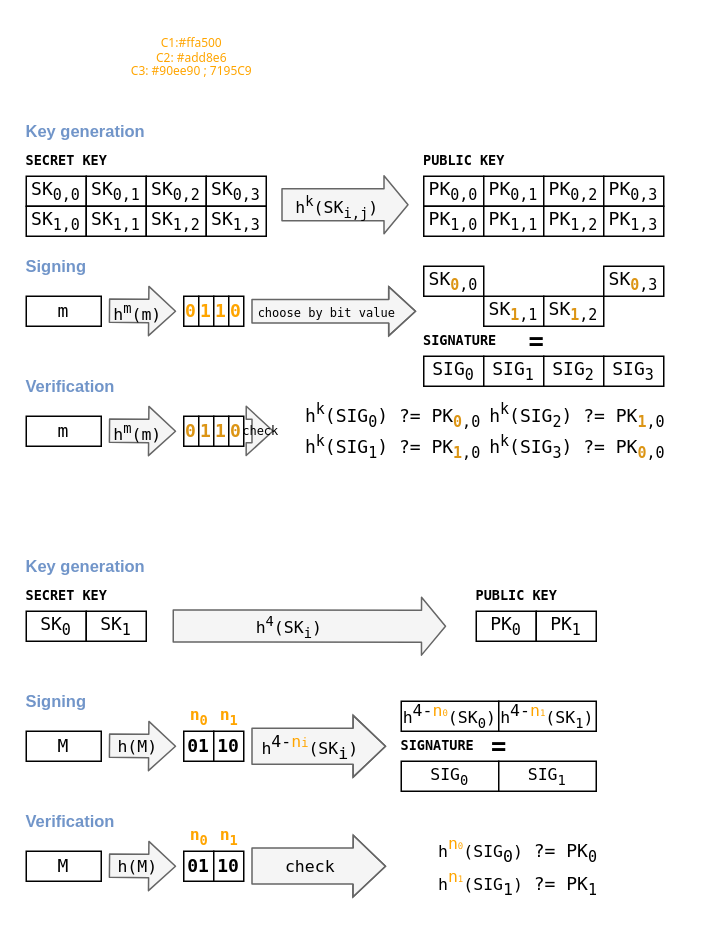
Above: page "dignatures" (3 of 3) of design/design.drawio in FrankMejzlik/audibro (draw.io), before the change. Source tidied: cells renumbered, new cells numbered last; positions are measured from the earlier drawing's top-left corner, leaving out a move shared by most shapes. Both pictures are drawn from the tidied source at 150%, with x=0, y=0 at pixel (26, 26).
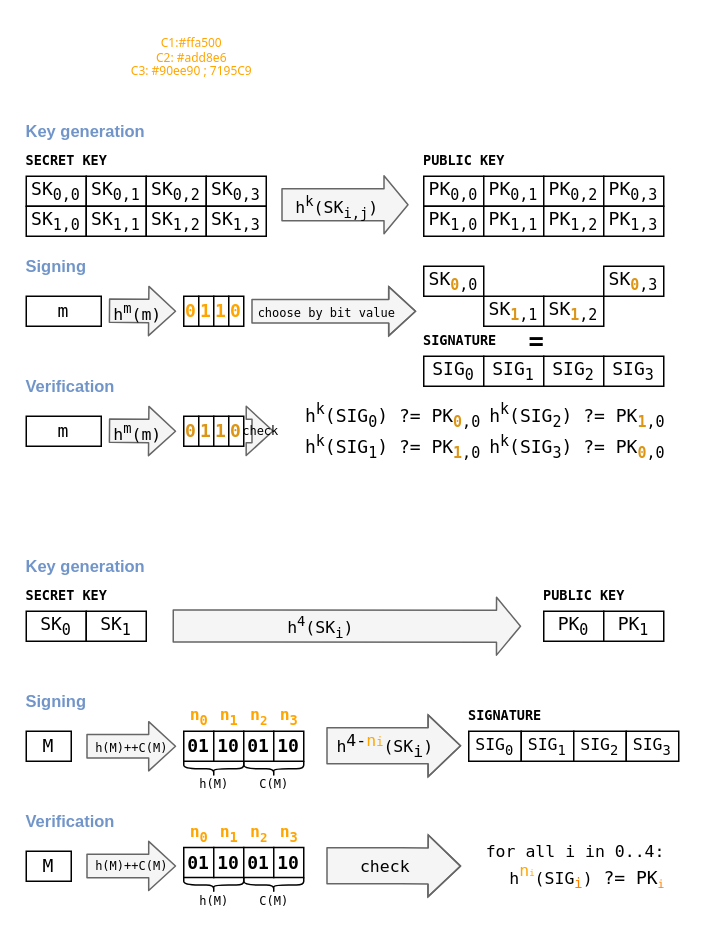
The same diagram, later.

Diff of the diagram source:
```diff
@@
     <mxCell id="60" value="PK&lt;sub&gt;0&lt;/sub&gt;" style="rounded=0;whiteSpace=wrap;html=1;fontFamily=Lucida Console;" parent="1" vertex="1">
-      <mxGeometry x="300" y="390" width="40" height="20" as="geometry" />
+      <mxGeometry x="345" y="390" width="40" height="20" as="geometry" />
     </mxCell>
     <mxCell id="61" value="PK&lt;sub&gt;1&lt;/sub&gt;" style="rounded=0;whiteSpace=wrap;html=1;fontFamily=Lucida Console;" parent="1" vertex="1">
-      <mxGeometry x="340" y="390" width="40" height="20" as="geometry" />
+      <mxGeometry x="385" y="390" width="40" height="20" as="geometry" />
     </mxCell>
@@
     <mxCell id="63" value="&lt;b&gt;PUBLIC KEY&lt;/b&gt;" style="text;html=1;align=left;verticalAlign=middle;fontSize=9;fontFamily=Lucida Console;spacing=0;" parent="1" vertex="1">
-      <mxGeometry x="300" y="370" width="70" height="20" as="geometry" />
+      <mxGeometry x="345" y="370" width="70" height="20" as="geometry" />
     </mxCell>
@@
-    <mxCell id="65" value="&lt;font color=&quot;#000000&quot; style=&quot;font-size: 11px&quot;&gt;h&lt;/font&gt;&lt;sup style=&quot;color: rgb(220 , 149 , 21)&quot;&gt;&lt;span style=&quot;font-size: 11px&quot;&gt;&lt;font color=&quot;#000000&quot;&gt;4-&lt;/font&gt;&lt;font color=&quot;#ffa500&quot;&gt;n&lt;/font&gt;&lt;/span&gt;&lt;font color=&quot;#ffa500&quot; style=&quot;font-size: 6px&quot;&gt;0&lt;/font&gt;&lt;/sup&gt;&lt;font color=&quot;#000000&quot; style=&quot;font-size: 11px&quot;&gt;(SK&lt;sub&gt;0&lt;/sub&gt;&lt;/font&gt;&lt;font color=&quot;#000000&quot; style=&quot;font-size: 11px&quot;&gt;)&lt;/font&gt;" style="rounded=0;whiteSpace=wrap;html=1;fontFamily=Lucida Console;" parent="1" vertex="1">
-      <mxGeometry x="250" y="450" width="65" height="20" as="geometry" />
-    </mxCell>
@@
     <mxCell id="67" value="&lt;b&gt;SIGNATURE&lt;/b&gt;" style="text;html=1;align=left;verticalAlign=middle;fontSize=9;fontFamily=Lucida Console;spacing=0;" parent="1" vertex="1">
-      <mxGeometry x="250" y="470" width="70" height="20" as="geometry" />
+      <mxGeometry x="295" y="450" width="70" height="20" as="geometry" />
     </mxCell>
@@
     <mxCell id="69" style="shape=flexArrow;endArrow=classic;html=1;fontFamily=Lucida Console;fontSize=11;endWidth=16.22222222222222;endSize=5;width=21.333333333333332;fillColor=#f5f5f5;strokeColor=#666666;" parent="1" edge="1">
       <mxGeometry relative="1" as="geometry">
         <mxPoint x="97.5" y="399.8" as="sourcePoint" />
-        <mxPoint x="280" y="400" as="targetPoint" />
+        <mxPoint x="330" y="400" as="targetPoint" />
       </mxGeometry>
     </mxCell>
@@
     <mxCell id="72" value="M" style="rounded=0;whiteSpace=wrap;html=1;fontFamily=Lucida Console;" parent="1" vertex="1">
-      <mxGeometry y="470" width="50" height="20" as="geometry" />
+      <mxGeometry y="470" width="30" height="20" as="geometry" />
     </mxCell>
     <mxCell id="73" style="shape=flexArrow;endArrow=classic;html=1;fontFamily=Lucida Console;fontSize=11;endWidth=16.22222222222222;endSize=5.6240000000000006;width=15.6;fillColor=#f5f5f5;strokeColor=#666666;" parent="1" edge="1">
       <mxGeometry relative="1" as="geometry">
-        <mxPoint x="55" y="479.6" as="sourcePoint" />
+        <mxPoint x="40" y="480" as="sourcePoint" />
         <mxPoint x="100" y="480" as="targetPoint" />
       </mxGeometry>
     </mxCell>
-    <mxCell id="74" value="&lt;font color=&quot;#000000&quot;&gt;h(M)&lt;/font&gt;" style="edgeLabel;html=1;align=center;verticalAlign=middle;fontSize=11;fontFamily=Lucida Console;fontColor=#DC9515;labelBackgroundColor=none;" parent="73" vertex="1">
-      <mxGeometry x="-0.16" relative="1" as="geometry" />
+    <mxCell id="74" value="&lt;font color=&quot;#000000&quot; style=&quot;font-size: 8px;&quot;&gt;h(M)++C(M)&lt;/font&gt;" style="edgeLabel;html=1;align=center;verticalAlign=middle;fontSize=8;fontFamily=Lucida Console;fontColor=#DC9515;labelBackgroundColor=none;" parent="73" vertex="1">
+      <mxGeometry x="-0.16" relative="1" as="geometry">
+        <mxPoint x="4.7" as="offset" />
+      </mxGeometry>
     </mxCell>
     <mxCell id="75" style="shape=flexArrow;endArrow=classic;html=1;fontFamily=Lucida Console;fontSize=11;endWidth=16.22222222222222;endSize=6.868;width=24;fillColor=#f5f5f5;strokeColor=#666666;labelBackgroundColor=none;" parent="1" edge="1">
       <mxGeometry relative="1" as="geometry">
-        <mxPoint x="150" y="480" as="sourcePoint" />
-        <mxPoint x="240" y="480" as="targetPoint" />
+        <mxPoint x="200" y="479.7" as="sourcePoint" />
+        <mxPoint x="290" y="479.7" as="targetPoint" />
         <Array as="points">
-          <mxPoint x="200" y="480" />
+          <mxPoint x="250" y="479.7" />
         </Array>
       </mxGeometry>
     </mxCell>
@@
-    <mxCell id="77" value="=" style="text;html=1;align=center;verticalAlign=middle;fontSize=17;fontFamily=Lucida Console;fontStyle=1;" parent="1" vertex="1">
-      <mxGeometry x="300" y="465" width="30" height="30" as="geometry" />
-    </mxCell>
     <mxCell id="78" value="M" style="rounded=0;whiteSpace=wrap;html=1;fontFamily=Lucida Console;" parent="1" vertex="1">
-      <mxGeometry y="550" width="50" height="20" as="geometry" />
+      <mxGeometry y="550" width="30" height="20" as="geometry" />
     </mxCell>
-    <mxCell id="79" style="shape=flexArrow;endArrow=classic;html=1;fontFamily=Lucida Console;fontSize=11;endWidth=16.22222222222222;endSize=5.6240000000000006;width=15.6;fillColor=#f5f5f5;strokeColor=#666666;" parent="1" edge="1">
-      <mxGeometry relative="1" as="geometry">
-        <mxPoint x="55" y="559.6" as="sourcePoint" />
-        <mxPoint x="100" y="560" as="targetPoint" />
-      </mxGeometry>
-    </mxCell>
-    <mxCell id="80" value="&lt;font color=&quot;#000000&quot;&gt;h(M)&lt;/font&gt;" style="edgeLabel;html=1;align=center;verticalAlign=middle;fontSize=11;fontFamily=Lucida Console;fontColor=#DC9515;labelBackgroundColor=none;" parent="79" vertex="1">
-      <mxGeometry x="-0.16" relative="1" as="geometry" />
-    </mxCell>
-    <mxCell id="81" value="&lt;font color=&quot;#000000&quot; style=&quot;font-size: 11px ; text-align: center&quot;&gt;h&lt;/font&gt;&lt;sup style=&quot;color: rgb(220 , 149 , 21) ; text-align: center&quot;&gt;&lt;span style=&quot;font-size: 11px&quot;&gt;&lt;font color=&quot;#ffa500&quot;&gt;n&lt;/font&gt;&lt;/span&gt;&lt;font color=&quot;#ffa500&quot; style=&quot;font-size: 6px&quot;&gt;0&lt;/font&gt;&lt;/sup&gt;&lt;font color=&quot;#000000&quot; style=&quot;font-size: 11px ; text-align: center&quot;&gt;(SIG&lt;/font&gt;&lt;sub style=&quot;text-align: center ; font-size: 11px&quot;&gt;0&lt;/sub&gt;&lt;font color=&quot;#000000&quot; style=&quot;font-size: 11px ; text-align: center&quot;&gt;)&lt;/font&gt;&amp;nbsp;?= PK&lt;sub&gt;0&lt;br&gt;&lt;/sub&gt;&lt;font color=&quot;#000000&quot; style=&quot;font-size: 11px ; text-align: center&quot;&gt;h&lt;/font&gt;&lt;sup style=&quot;color: rgb(220 , 149 , 21) ; text-align: center&quot;&gt;&lt;span style=&quot;font-size: 11px&quot;&gt;&lt;font color=&quot;#ffa500&quot;&gt;n&lt;/font&gt;&lt;/span&gt;&lt;font color=&quot;#ffa500&quot; style=&quot;font-size: 6px&quot;&gt;1&lt;/font&gt;&lt;/sup&gt;&lt;font color=&quot;#000000&quot; style=&quot;font-size: 11px ; text-align: center&quot;&gt;(SIG&lt;/font&gt;&lt;sub style=&quot;text-align: center ; font-size: 11px&quot;&gt;1&lt;/sub&gt;&lt;font color=&quot;#000000&quot; style=&quot;font-size: 11px ; text-align: center&quot;&gt;)&lt;/font&gt;&amp;nbsp;?= PK&lt;sub&gt;1&lt;/sub&gt;&lt;sub&gt;&lt;br&gt;&lt;/sub&gt;" style="text;html=1;align=right;verticalAlign=middle;fontFamily=Lucida Console;spacing=0;" parent="1" vertex="1">
-      <mxGeometry x="260" y="535" width="120" height="50" as="geometry" />
+    <mxCell id="81" value="&lt;font color=&quot;#000000&quot; style=&quot;font-size: 11px ; text-align: center&quot;&gt;for all i in 0..4:&lt;br&gt;h&lt;/font&gt;&lt;sup style=&quot;color: rgb(220 , 149 , 21) ; text-align: center&quot;&gt;&lt;span style=&quot;font-size: 11px&quot;&gt;&lt;font color=&quot;#ffa500&quot;&gt;n&lt;/font&gt;&lt;/span&gt;&lt;font color=&quot;#ffa500&quot; style=&quot;font-size: 6px&quot;&gt;i&lt;/font&gt;&lt;/sup&gt;&lt;font style=&quot;font-size: 11px ; text-align: center&quot;&gt;(SIG&lt;sub&gt;&lt;font color=&quot;#ff8000&quot;&gt;i&lt;/font&gt;&lt;/sub&gt;&lt;/font&gt;&lt;font color=&quot;#000000&quot; style=&quot;font-size: 11px ; text-align: center&quot;&gt;)&lt;/font&gt;&amp;nbsp;?= PK&lt;span style=&quot;color: rgb(255 , 128 , 0) ; font-size: 9.16667px ; text-align: center&quot;&gt;&lt;sub&gt;i&lt;/sub&gt;&lt;/span&gt;&lt;sub&gt;&lt;br&gt;&lt;/sub&gt;" style="text;html=1;align=right;verticalAlign=middle;fontFamily=Lucida Console;spacing=0;" parent="1" vertex="1">
+      <mxGeometry x="295" y="540" width="130" height="40" as="geometry" />
     </mxCell>
@@
-    <mxCell id="84" value="&lt;font color=&quot;#000000&quot; style=&quot;font-size: 11px&quot;&gt;h&lt;/font&gt;&lt;sup style=&quot;color: rgb(220 , 149 , 21)&quot;&gt;&lt;span style=&quot;font-size: 11px&quot;&gt;&lt;font color=&quot;#000000&quot;&gt;4-&lt;/font&gt;&lt;font color=&quot;#ffa500&quot;&gt;n&lt;/font&gt;&lt;/span&gt;&lt;font color=&quot;#ffa500&quot; style=&quot;font-size: 6px&quot;&gt;1&lt;/font&gt;&lt;/sup&gt;&lt;font color=&quot;#000000&quot; style=&quot;font-size: 11px&quot;&gt;(SK&lt;sub&gt;1&lt;/sub&gt;&lt;/font&gt;&lt;font color=&quot;#000000&quot; style=&quot;font-size: 11px&quot;&gt;)&lt;/font&gt;" style="rounded=0;whiteSpace=wrap;html=1;fontFamily=Lucida Console;" parent="1" vertex="1">
-      <mxGeometry x="315" y="450" width="65" height="20" as="geometry" />
-    </mxCell>
     <mxCell id="85" value="&lt;span style=&quot;font-size: 11px&quot;&gt;SIG&lt;sub&gt;0&lt;/sub&gt;&lt;/span&gt;" style="rounded=0;whiteSpace=wrap;html=1;fontFamily=Lucida Console;" parent="1" vertex="1">
-      <mxGeometry x="250" y="490" width="65" height="20" as="geometry" />
+      <mxGeometry x="295" y="470" width="35" height="20" as="geometry" />
     </mxCell>
-    <mxCell id="86" value="&lt;span style=&quot;font-size: 11px&quot;&gt;SIG&lt;sub&gt;1&lt;/sub&gt;&lt;/span&gt;" style="rounded=0;whiteSpace=wrap;html=1;fontFamily=Lucida Console;" parent="1" vertex="1">
-      <mxGeometry x="315" y="490" width="65" height="20" as="geometry" />
-    </mxCell>
-    <mxCell id="87" value="01" style="rounded=0;whiteSpace=wrap;html=1;fontFamily=Lucida Console;fontStyle=1;" parent="1" vertex="1">
-      <mxGeometry x="105" y="550" width="20" height="20" as="geometry" />
-    </mxCell>
-    <mxCell id="88" value="10" style="rounded=0;whiteSpace=wrap;html=1;fontFamily=Lucida Console;fontStyle=1;" parent="1" vertex="1">
-      <mxGeometry x="125" y="550" width="20" height="20" as="geometry" />
-    </mxCell>
-    <mxCell id="89" value="&lt;font&gt;n&lt;sub&gt;0&lt;/sub&gt;&lt;/font&gt;" style="text;html=1;align=center;verticalAlign=middle;fontSize=11;fontFamily=Lucida Console;fontStyle=1;fontColor=#FFA500;" parent="1" vertex="1">
-      <mxGeometry x="100" y="530" width="30" height="20" as="geometry" />
-    </mxCell>
-    <mxCell id="90" value="&lt;font&gt;n&lt;sub&gt;1&lt;/sub&gt;&lt;/font&gt;" style="text;html=1;align=center;verticalAlign=middle;fontSize=11;fontFamily=Lucida Console;fontStyle=1;fontColor=#FFA500;" parent="1" vertex="1">
-      <mxGeometry x="120" y="530" width="30" height="20" as="geometry" />
-    </mxCell>
     <mxCell id="91" style="shape=flexArrow;endArrow=classic;html=1;fontFamily=Lucida Console;fontSize=11;endWidth=16.22222222222222;endSize=6.868;width=24;fillColor=#f5f5f5;strokeColor=#666666;" parent="1" edge="1">
       <mxGeometry relative="1" as="geometry">
-        <mxPoint x="150" y="559.8" as="sourcePoint" />
-        <mxPoint x="240" y="560" as="targetPoint" />
+        <mxPoint x="200" y="559.7" as="sourcePoint" />
+        <mxPoint x="290" y="559.9" as="targetPoint" />
         <Array as="points">
-          <mxPoint x="200" y="559.8" />
+          <mxPoint x="250" y="559.7" />
         </Array>
       </mxGeometry>
     </mxCell>
@@
+    <mxCell id="93" value="01" style="rounded=0;whiteSpace=wrap;html=1;fontFamily=Lucida Console;fontStyle=1;" parent="1" vertex="1">
+      <mxGeometry x="145" y="470" width="20" height="20" as="geometry" />
+    </mxCell>
+    <mxCell id="94" value="10" style="rounded=0;whiteSpace=wrap;html=1;fontFamily=Lucida Console;fontStyle=1;" parent="1" vertex="1">
+      <mxGeometry x="165" y="470" width="20" height="20" as="geometry" />
+    </mxCell>
+    <mxCell id="95" value="&lt;font&gt;&lt;span style=&quot;font-size: 11px&quot;&gt;n&lt;/span&gt;&lt;sub&gt;3&lt;/sub&gt;&lt;/font&gt;" style="text;html=1;align=center;verticalAlign=middle;fontSize=11;fontFamily=Lucida Console;fontStyle=1;fontColor=#FFA500;" parent="1" vertex="1">
+      <mxGeometry x="160" y="450" width="30" height="20" as="geometry" />
+    </mxCell>
+    <mxCell id="96" value="&lt;font&gt;&lt;span style=&quot;font-size: 11px&quot;&gt;n&lt;/span&gt;&lt;font size=&quot;1&quot;&gt;&lt;sub&gt;2&lt;/sub&gt;&lt;/font&gt;&lt;/font&gt;" style="text;html=1;align=center;verticalAlign=middle;fontSize=11;fontFamily=Lucida Console;fontStyle=1;fontColor=#FFA500;" parent="1" vertex="1">
+      <mxGeometry x="140" y="450" width="30" height="20" as="geometry" />
+    </mxCell>
+    <mxCell id="97" style="shape=flexArrow;endArrow=classic;html=1;fontFamily=Lucida Console;fontSize=11;endWidth=16.22222222222222;endSize=5.6240000000000006;width=15.6;fillColor=#f5f5f5;strokeColor=#666666;" parent="1" edge="1">
+      <mxGeometry relative="1" as="geometry">
+        <mxPoint x="40" y="559.8" as="sourcePoint" />
+        <mxPoint x="100" y="559.8" as="targetPoint" />
+      </mxGeometry>
+    </mxCell>
+    <mxCell id="98" value="&lt;font color=&quot;#000000&quot; style=&quot;font-size: 8px;&quot;&gt;h(M)++C(M)&lt;/font&gt;" style="edgeLabel;html=1;align=center;verticalAlign=middle;fontSize=8;fontFamily=Lucida Console;fontColor=#DC9515;labelBackgroundColor=none;" parent="97" vertex="1">
+      <mxGeometry x="-0.16" relative="1" as="geometry">
+        <mxPoint x="4.7" as="offset" />
+      </mxGeometry>
+    </mxCell>
+    <mxCell id="99" style="shape=curlyBracket;whiteSpace=wrap;html=1;rounded=1;fontFamily=Lucida Console;fontSize=8;rotation=-90;" parent="1" vertex="1">
+      <mxGeometry x="160" y="475" width="10" height="40" as="geometry" />
+    </mxCell>
+    <mxCell id="100" value="C(M)" style="text;html=1;align=center;verticalAlign=middle;fontSize=8;fontFamily=Lucida Console;" parent="1" vertex="1">
+      <mxGeometry x="145" y="495" width="40" height="20" as="geometry" />
+    </mxCell>
+    <mxCell id="101" style="shape=curlyBracket;whiteSpace=wrap;html=1;rounded=1;fontFamily=Lucida Console;fontSize=8;rotation=-90;" parent="1" vertex="1">
+      <mxGeometry x="120" y="475" width="10" height="40" as="geometry" />
+    </mxCell>
+    <mxCell id="102" value="h(M)" style="text;html=1;align=center;verticalAlign=middle;fontSize=8;fontFamily=Lucida Console;" parent="1" vertex="1">
+      <mxGeometry x="105" y="495" width="40" height="20" as="geometry" />
+    </mxCell>
+    <mxCell id="86" value="&lt;span style=&quot;font-size: 11px&quot;&gt;SIG&lt;sub&gt;1&lt;/sub&gt;&lt;/span&gt;" style="rounded=0;whiteSpace=wrap;html=1;fontFamily=Lucida Console;" parent="1" vertex="1">
+      <mxGeometry x="330" y="470" width="35" height="20" as="geometry" />
+    </mxCell>
+    <mxCell id="103" value="&lt;span style=&quot;font-size: 11px&quot;&gt;SIG&lt;sub&gt;2&lt;/sub&gt;&lt;/span&gt;" style="rounded=0;whiteSpace=wrap;html=1;fontFamily=Lucida Console;" parent="1" vertex="1">
+      <mxGeometry x="365" y="470" width="35" height="20" as="geometry" />
+    </mxCell>
+    <mxCell id="104" value="&lt;span style=&quot;font-size: 11px&quot;&gt;SIG&lt;sub&gt;3&lt;/sub&gt;&lt;/span&gt;" style="rounded=0;whiteSpace=wrap;html=1;fontFamily=Lucida Console;" parent="1" vertex="1">
+      <mxGeometry x="400" y="470" width="35" height="20" as="geometry" />
+    </mxCell>
+    <mxCell id="105" value="01" style="rounded=0;whiteSpace=wrap;html=1;fontFamily=Lucida Console;fontStyle=1;" parent="1" vertex="1">
+      <mxGeometry x="105" y="547.5" width="20" height="20" as="geometry" />
+    </mxCell>
+    <mxCell id="106" value="10" style="rounded=0;whiteSpace=wrap;html=1;fontFamily=Lucida Console;fontStyle=1;" parent="1" vertex="1">
+      <mxGeometry x="125" y="547.5" width="20" height="20" as="geometry" />
+    </mxCell>
+    <mxCell id="90" value="&lt;font&gt;n&lt;sub&gt;1&lt;/sub&gt;&lt;/font&gt;" style="text;html=1;align=center;verticalAlign=middle;fontSize=11;fontFamily=Lucida Console;fontStyle=1;fontColor=#FFA500;" parent="1" vertex="1">
+      <mxGeometry x="120" y="527.5" width="30" height="20" as="geometry" />
+    </mxCell>
+    <mxCell id="107" value="01" style="rounded=0;whiteSpace=wrap;html=1;fontFamily=Lucida Console;fontStyle=1;" parent="1" vertex="1">
+      <mxGeometry x="145" y="547.5" width="20" height="20" as="geometry" />
+    </mxCell>
+    <mxCell id="108" value="10" style="rounded=0;whiteSpace=wrap;html=1;fontFamily=Lucida Console;fontStyle=1;" parent="1" vertex="1">
+      <mxGeometry x="165" y="547.5" width="20" height="20" as="geometry" />
+    </mxCell>
+    <mxCell id="109" value="&lt;font&gt;&lt;span style=&quot;font-size: 11px&quot;&gt;n&lt;/span&gt;&lt;sub&gt;3&lt;/sub&gt;&lt;/font&gt;" style="text;html=1;align=center;verticalAlign=middle;fontSize=11;fontFamily=Lucida Console;fontStyle=1;fontColor=#FFA500;" parent="1" vertex="1">
+      <mxGeometry x="160" y="527.5" width="30" height="20" as="geometry" />
+    </mxCell>
+    <mxCell id="110" value="&lt;font&gt;&lt;span style=&quot;font-size: 11px&quot;&gt;n&lt;/span&gt;&lt;font size=&quot;1&quot;&gt;&lt;sub&gt;2&lt;/sub&gt;&lt;/font&gt;&lt;/font&gt;" style="text;html=1;align=center;verticalAlign=middle;fontSize=11;fontFamily=Lucida Console;fontStyle=1;fontColor=#FFA500;" parent="1" vertex="1">
+      <mxGeometry x="140" y="527.5" width="30" height="20" as="geometry" />
+    </mxCell>
+    <mxCell id="111" style="shape=curlyBracket;whiteSpace=wrap;html=1;rounded=1;fontFamily=Lucida Console;fontSize=8;rotation=-90;" parent="1" vertex="1">
+      <mxGeometry x="160" y="552.5" width="10" height="40" as="geometry" />
+    </mxCell>
+    <mxCell id="112" value="C(M)" style="text;html=1;align=center;verticalAlign=middle;fontSize=8;fontFamily=Lucida Console;" parent="1" vertex="1">
+      <mxGeometry x="145" y="572.5" width="40" height="20" as="geometry" />
+    </mxCell>
+    <mxCell id="113" style="shape=curlyBracket;whiteSpace=wrap;html=1;rounded=1;fontFamily=Lucida Console;fontSize=8;rotation=-90;" parent="1" vertex="1">
+      <mxGeometry x="120" y="552.5" width="10" height="40" as="geometry" />
+    </mxCell>
+    <mxCell id="114" value="h(M)" style="text;html=1;align=center;verticalAlign=middle;fontSize=8;fontFamily=Lucida Console;" parent="1" vertex="1">
+      <mxGeometry x="105" y="572.5" width="40" height="20" as="geometry" />
+    </mxCell>
+    <mxCell id="89" value="&lt;font&gt;n&lt;sub&gt;0&lt;/sub&gt;&lt;/font&gt;" style="text;html=1;align=center;verticalAlign=middle;fontSize=11;fontFamily=Lucida Console;fontStyle=1;fontColor=#FFA500;" parent="1" vertex="1">
+      <mxGeometry x="100" y="527.5" width="30" height="20" as="geometry" />
+    </mxCell>
```
